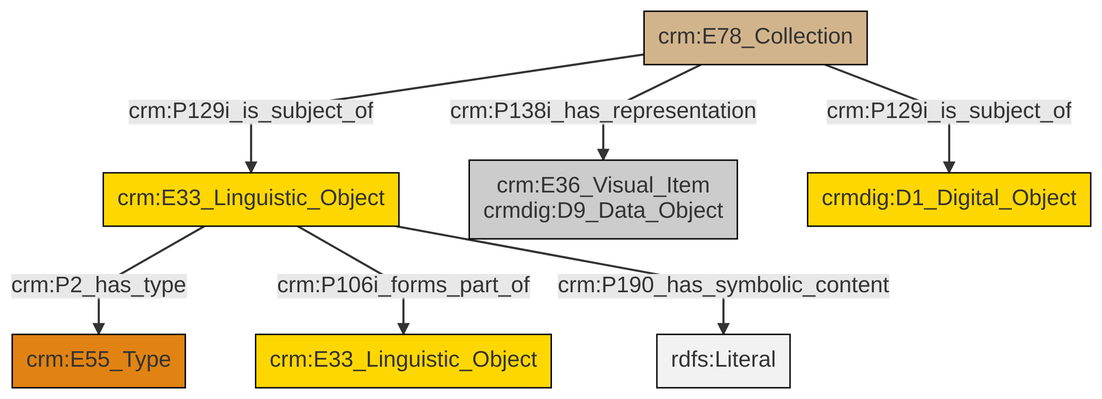
swiss-art-research-net/docs.swissartresearch keeps this Mermaid diagram as et/archivalCSV/ttl/mmd/png/archival_docs.png. Above is the earlier version. Its source is kept beside it as et/archivalCSV/ttl/mmd/archival_docs.ttl.mmd.
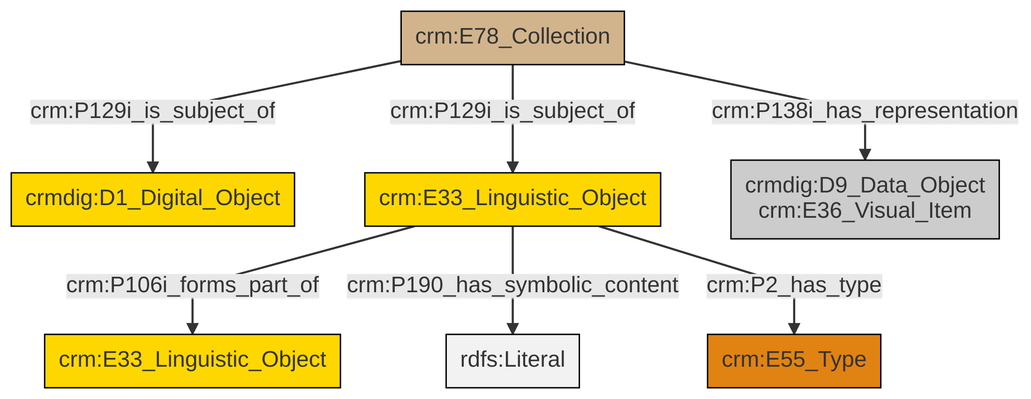
Later version of the same file.

Diff of the diagram source:
```diff
@@ -13,9 +13,9 @@
 classDef PC_Classes fill:#4ce600, stroke:#000000;
 classDef Multi fill:#cccccc,stroke:#000000;
 
-4["crm:E33_Linguistic_Object"]:::Conceptual_Object -->|crm:P2_has_type| 0["crm:E55_Type"]:::Type
-4["crm:E33_Linguistic_Object"]:::Conceptual_Object -->|crm:P106i_forms_part_of| 2["crm:E33_Linguistic_Object"]:::Conceptual_Object
-11["crm:E78_Collection"]:::Physical_Thing -->|crm:P129i_is_subject_of| 4["crm:E33_Linguistic_Object"]:::Conceptual_Object
-11["crm:E78_Collection"]:::Physical_Thing -->|crm:P138i_has_representation| 5["crm:E36_Visual_Item<br>crmdig:D9_Data_Object"]:::Multi
-4["crm:E33_Linguistic_Object"]:::Conceptual_Object -->|crm:P190_has_symbolic_content| 13[rdfs:Literal]:::Literal
-11["crm:E78_Collection"]:::Physical_Thing -->|crm:P129i_is_subject_of| 7["crmdig:D1_Digital_Object"]:::Conceptual_Object
+2["crm:E78_Collection"]:::Physical_Thing -->|crm:P129i_is_subject_of| 4["crmdig:D1_Digital_Object"]:::Conceptual_Object
+7["crm:E33_Linguistic_Object"]:::Conceptual_Object -->|crm:P106i_forms_part_of| 0["crm:E33_Linguistic_Object"]:::Conceptual_Object
+2["crm:E78_Collection"]:::Physical_Thing -->|crm:P129i_is_subject_of| 7["crm:E33_Linguistic_Object"]:::Conceptual_Object
+7["crm:E33_Linguistic_Object"]:::Conceptual_Object -->|crm:P190_has_symbolic_content| 10[rdfs:Literal]:::Literal
+2["crm:E78_Collection"]:::Physical_Thing -->|crm:P138i_has_representation| 8["crmdig:D9_Data_Object<br>crm:E36_Visual_Item"]:::Multi
+7["crm:E33_Linguistic_Object"]:::Conceptual_Object -->|crm:P2_has_type| 5["crm:E55_Type"]:::Type
```
